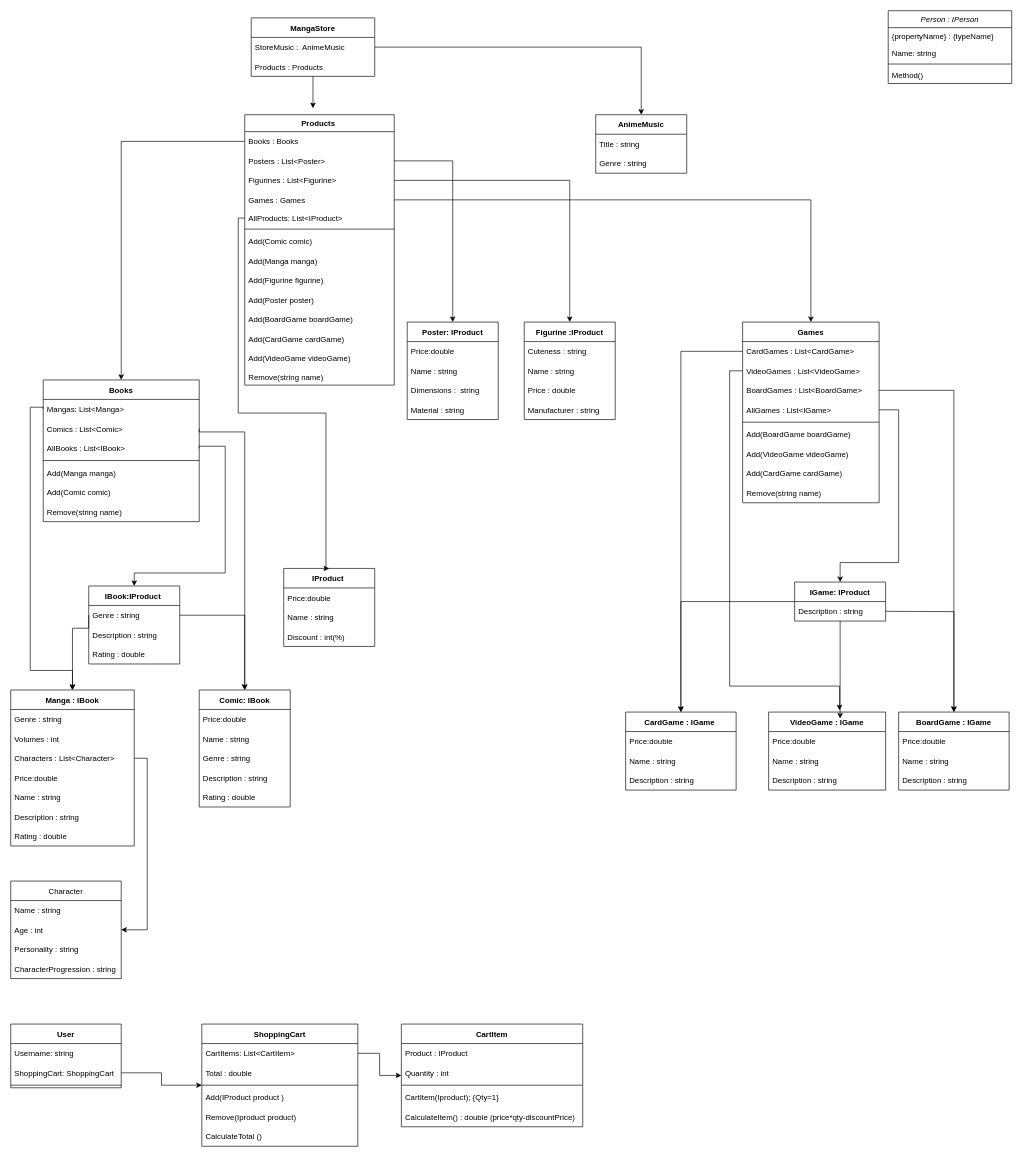
lauravoineag/Kata keeps this draw.io diagram as MangaStore/Digrams/ClassDiagram.drawio. Above is the earlier version. Source tidied: cells renumbered, new cells numbered last; positions are measured from the earlier drawing's top-left corner, leaving out a move shared by most shapes. Both pictures are drawn from the tidied source at 65%, with x=0, y=0 at pixel (10, 10).
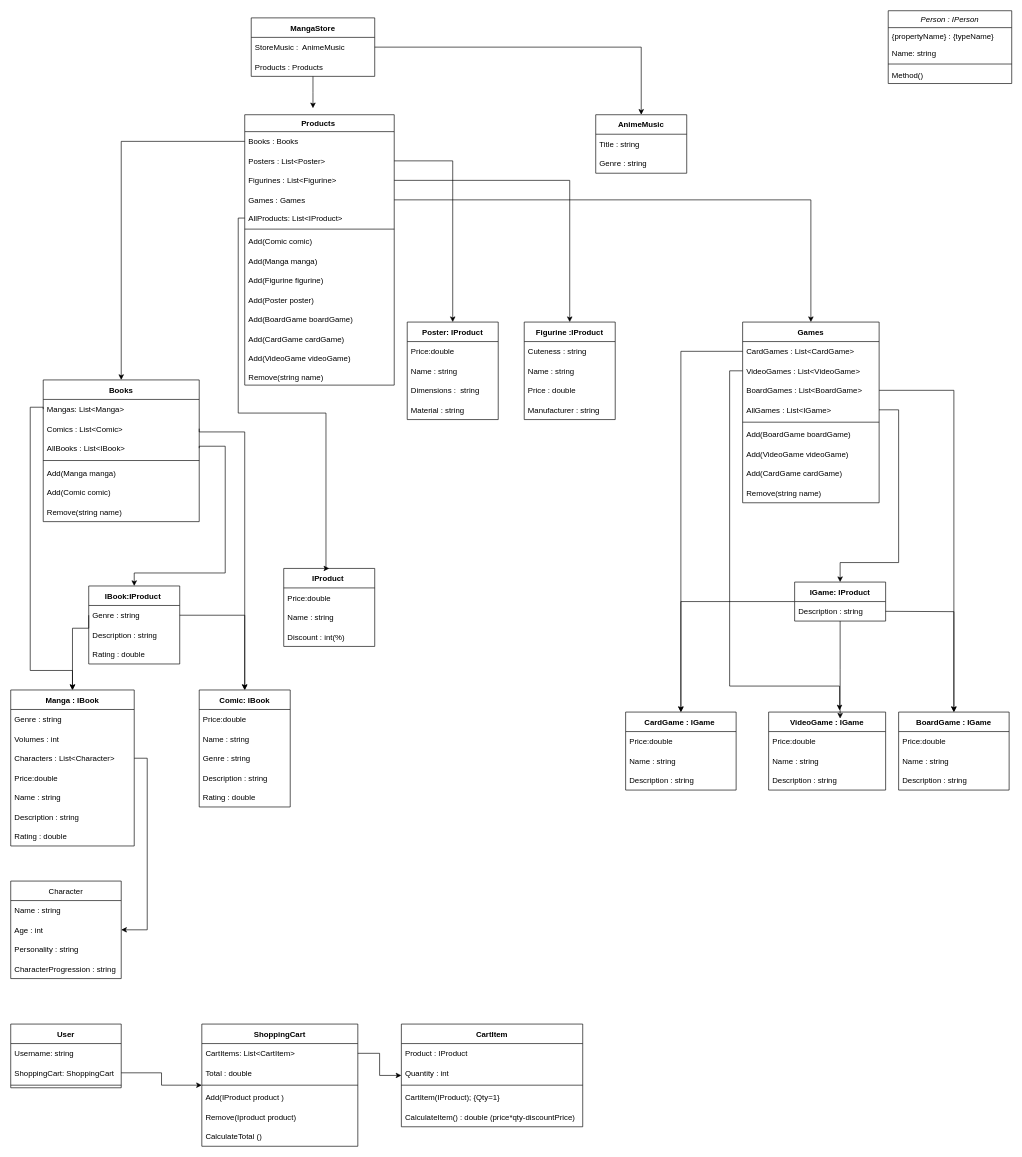
Above is the later version.

Commit message (it also covers changes not shown here):
draft  Adding a product to ShoppingCart when a duplication occurs

The change refers to these unchanged cells:
```xml
<mxCell id="128" value="CartItem" style="swimlane;fontStyle=1;horizontal=1;startSize=30;fontColor=#000000;" parent="1" vertex="1">
  <mxGeometry x="601" y="1559" width="279" height="158" as="geometry" />
</mxCell>
```

Change to the diagram source:
```diff
@@
-    <mxCell id="132" value="CartItem(Iproduct); {Qty=1}" style="text;strokeColor=none;fillColor=none;align=left;verticalAlign=middle;spacingLeft=4;spacingRight=4;overflow=hidden;fontColor=#000000;" parent="128" vertex="1">
+    <mxCell id="132" value="CartItem(IProduct); {Qty=1}" style="text;strokeColor=none;fillColor=none;align=left;verticalAlign=middle;spacingLeft=4;spacingRight=4;overflow=hidden;fontColor=#000000;" parent="128" vertex="1">
       <mxGeometry y="98" width="279" height="30" as="geometry" />
     </mxCell>
```
